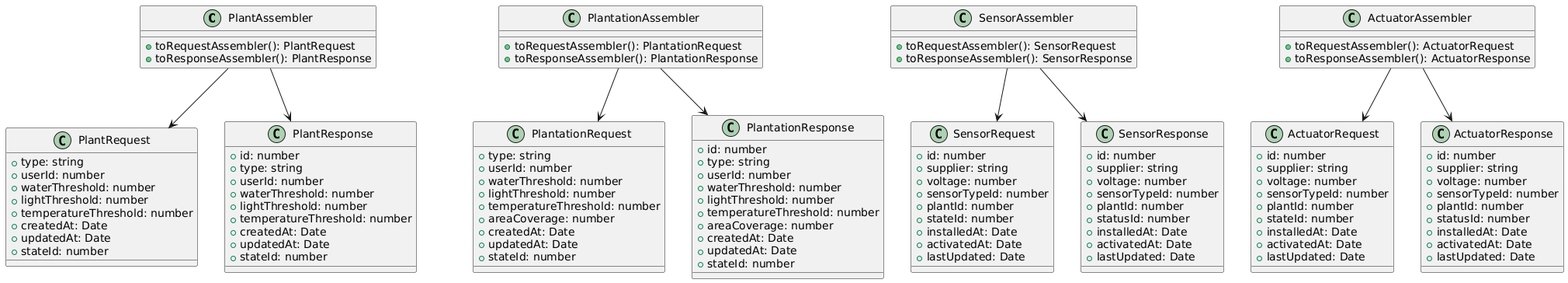
wemade-IoT/Documents_Repository keeps this PlantUML diagram as assets/class-diagrams/managementWeb.png. Above is the earlier version. Its diagram source:
```plantuml
@startuml

class PlantAssembler {
  + toRequestAssembler(): PlantRequest
  + toResponseAssembler(): PlantResponse
}

class PlantationAssembler {
  + toRequestAssembler(): PlantationRequest
  + toResponseAssembler(): PlantationResponse
}

class SensorAssembler {
  + toRequestAssembler(): SensorRequest
  + toResponseAssembler(): SensorResponse
}

class ActuatorAssembler {
  + toRequestAssembler(): ActuatorRequest
  + toResponseAssembler(): ActuatorResponse
}


class PlantRequest {
  + type: string
  + userId: number
  + waterThreshold: number
  + lightThreshold: number
  + temperatureThreshold: number
  + createdAt: Date
  + updatedAt: Date
  + stateId: number
}

class PlantationRequest {
  + type: string
  + userId: number
  + waterThreshold: number
  + lightThreshold: number
  + temperatureThreshold: number
  + areaCoverage: number
  + createdAt: Date
  + updatedAt: Date
  + stateId: number
}

class SensorRequest {
  + id: number
  + supplier: string
  + voltage: number
  + sensorTypeId: number
  + plantId: number
  + stateId: number
  + installedAt: Date
  + activatedAt: Date
  + lastUpdated: Date
}

class ActuatorRequest {
  + id: number
  + supplier: string
  + voltage: number
  + sensorTypeId: number
  + plantId: number
  + stateId: number
  + installedAt: Date
  + activatedAt: Date
  + lastUpdated: Date
}


class PlantResponse {
  + id: number
  + type: string
  + userId: number
  + waterThreshold: number
  + lightThreshold: number
  + temperatureThreshold: number
  + createdAt: Date
  + updatedAt: Date
  + stateId: number
}

class PlantationResponse {
  + id: number
  + type: string
  + userId: number
  + waterThreshold: number
  + lightThreshold: number
  + temperatureThreshold: number
  + areaCoverage: number
  + createdAt: Date
  + updatedAt: Date
  + stateId: number
}

class SensorResponse {
  + id: number
  + supplier: string
  + voltage: number
  + sensorTypeId: number
  + plantId: number
  + statusId: number
  + installedAt: Date
  + activatedAt: Date
  + lastUpdated: Date
}

class ActuatorResponse {
  + id: number
  + supplier: string
  + voltage: number
  + sensorTypeId: number
  + plantId: number
  + statusId: number
  + installedAt: Date
  + activatedAt: Date
  + lastUpdated: Date
}


PlantAssembler --> PlantRequest
PlantAssembler --> PlantResponse
PlantationAssembler --> PlantationRequest
PlantationAssembler --> PlantationResponse
SensorAssembler --> SensorRequest
SensorAssembler --> SensorResponse
ActuatorAssembler --> ActuatorRequest
ActuatorAssembler --> ActuatorResponse
@enduml
```
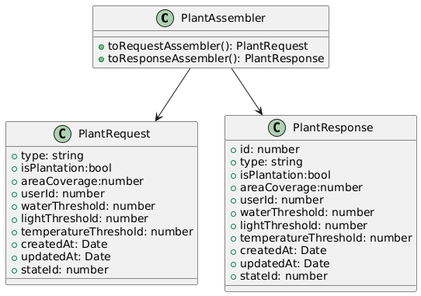
The same diagram one commit later.

Diff of the diagram source:
```diff
@@ -1,130 +1,36 @@
 @startuml
-
 class PlantAssembler {
-  + toRequestAssembler(): PlantRequest
-  + toResponseAssembler(): PlantResponse
+    +toRequestAssembler(): PlantRequest
+    +toResponseAssembler(): PlantResponse
 }
 
-class PlantationAssembler {
-  + toRequestAssembler(): PlantationRequest
-  + toResponseAssembler(): PlantationResponse
+class PlantRequest {
+    +type: string
+    +isPlantation:bool
+    +areaCoverage:number
+    +userId: number
+    +waterThreshold: number
+    +lightThreshold: number
+    +temperatureThreshold: number
+    +createdAt: Date
+    +updatedAt: Date
+    +stateId: number
 }
 
-class SensorAssembler {
-  + toRequestAssembler(): SensorRequest
-  + toResponseAssembler(): SensorResponse
+class PlantResponse {
+    +id: number
+    +type: string
+     +isPlantation:bool
+    +areaCoverage:number
+    +userId: number
+    +waterThreshold: number
+    +lightThreshold: number
+    +temperatureThreshold: number
+    +createdAt: Date
+    +updatedAt: Date
+    +stateId: number
 }
-
-class ActuatorAssembler {
-  + toRequestAssembler(): ActuatorRequest
-  + toResponseAssembler(): ActuatorResponse
-}
-
-
-class PlantRequest {
-  + type: string
-  + userId: number
-  + waterThreshold: number
-  + lightThreshold: number
-  + temperatureThreshold: number
-  + createdAt: Date
-  + updatedAt: Date
-  + stateId: number
-}
-
-class PlantationRequest {
-  + type: string
-  + userId: number
-  + waterThreshold: number
-  + lightThreshold: number
-  + temperatureThreshold: number
-  + areaCoverage: number
-  + createdAt: Date
-  + updatedAt: Date
-  + stateId: number
-}
-
-class SensorRequest {
-  + id: number
-  + supplier: string
-  + voltage: number
-  + sensorTypeId: number
-  + plantId: number
-  + stateId: number
-  + installedAt: Date
-  + activatedAt: Date
-  + lastUpdated: Date
-}
-
-class ActuatorRequest {
-  + id: number
-  + supplier: string
-  + voltage: number
-  + sensorTypeId: number
-  + plantId: number
-  + stateId: number
-  + installedAt: Date
-  + activatedAt: Date
-  + lastUpdated: Date
-}
-
-
-class PlantResponse {
-  + id: number
-  + type: string
-  + userId: number
-  + waterThreshold: number
-  + lightThreshold: number
-  + temperatureThreshold: number
-  + createdAt: Date
-  + updatedAt: Date
-  + stateId: number
-}
-
-class PlantationResponse {
-  + id: number
-  + type: string
-  + userId: number
-  + waterThreshold: number
-  + lightThreshold: number
-  + temperatureThreshold: number
-  + areaCoverage: number
-  + createdAt: Date
-  + updatedAt: Date
-  + stateId: number
-}
-
-class SensorResponse {
-  + id: number
-  + supplier: string
-  + voltage: number
-  + sensorTypeId: number
-  + plantId: number
-  + statusId: number
-  + installedAt: Date
-  + activatedAt: Date
-  + lastUpdated: Date
-}
-
-class ActuatorResponse {
-  + id: number
-  + supplier: string
-  + voltage: number
-  + sensorTypeId: number
-  + plantId: number
-  + statusId: number
-  + installedAt: Date
-  + activatedAt: Date
-  + lastUpdated: Date
-}
-
 
 PlantAssembler --> PlantRequest
 PlantAssembler --> PlantResponse
-PlantationAssembler --> PlantationRequest
-PlantationAssembler --> PlantationResponse
-SensorAssembler --> SensorRequest
-SensorAssembler --> SensorResponse
-ActuatorAssembler --> ActuatorRequest
-ActuatorAssembler --> ActuatorResponse
 @enduml
```
